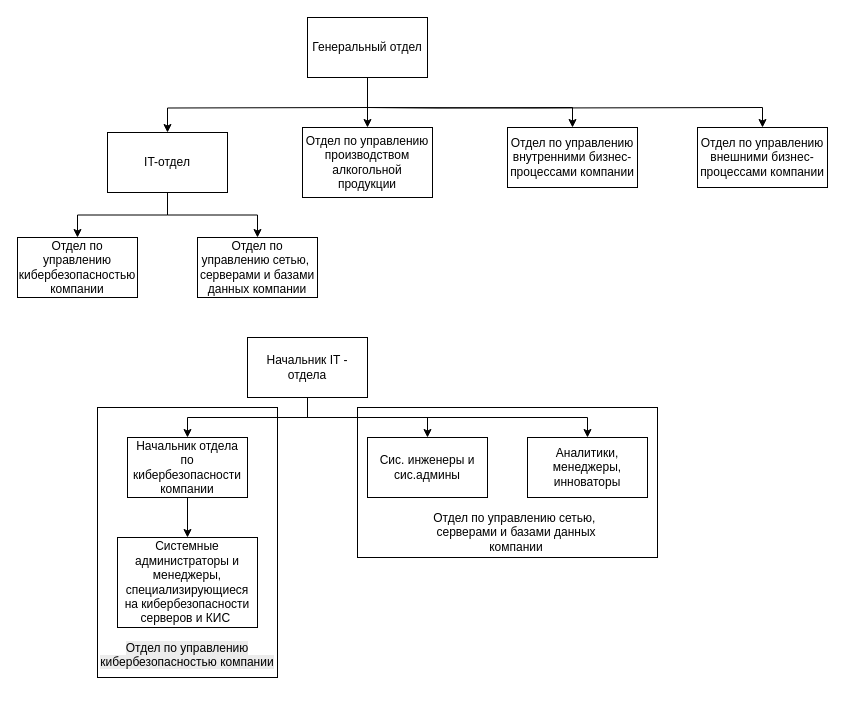
The draw.io diagram Орструктура предприятия/It отдел/КИС1.drawio in GuliGuli228/KIS, before the edit. Source tidied: cells renumbered, new cells numbered last; positions are measured from the earlier drawing's top-left corner, leaving out a move shared by most shapes. Both pictures are drawn from the tidied source at 100%, with x=0, y=0 at pixel (17, 17).
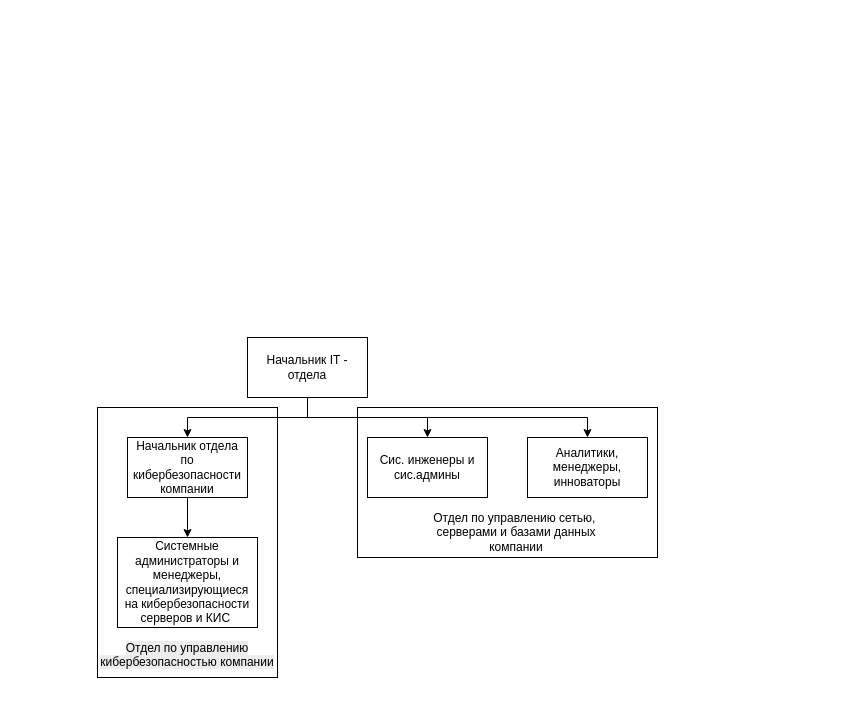
Above is the later version.

Diff of the diagram source:
```diff
@@
-    <mxCell id="2" style="edgeStyle=orthogonalEdgeStyle;rounded=0;jettySize=auto;html=1;entryX=0.5;entryY=0;entryDx=0;entryDy=0;" parent="1" edge="1" target="11">
-      <mxGeometry relative="1" as="geometry">
-        <mxPoint x="350" y="90" as="sourcePoint" />
-      </mxGeometry>
-    </mxCell>
-    <mxCell id="3" style="edgeStyle=orthogonalEdgeStyle;rounded=0;jettySize=auto;html=1;entryX=0.5;entryY=0;entryDx=0;entryDy=0;" parent="1" edge="1" source="6" target="7">
-      <mxGeometry relative="1" as="geometry" />
-    </mxCell>
-    <mxCell id="4" style="edgeStyle=orthogonalEdgeStyle;rounded=0;jettySize=auto;html=1;entryX=0.5;entryY=0;entryDx=0;entryDy=0;" parent="1" edge="1" target="8">
-      <mxGeometry relative="1" as="geometry">
-        <mxPoint x="350" y="90" as="sourcePoint" />
-      </mxGeometry>
-    </mxCell>
-    <mxCell id="5" style="edgeStyle=orthogonalEdgeStyle;rounded=0;jettySize=auto;html=1;entryX=0.5;entryY=0;entryDx=0;entryDy=0;" parent="1" edge="1" target="12">
-      <mxGeometry relative="1" as="geometry">
-        <mxPoint x="350" y="90" as="sourcePoint" />
-      </mxGeometry>
-    </mxCell>
-    <mxCell id="6" value="Генеральный отдел" style="rounded=0;whiteSpace=wrap;html=1;" parent="1" vertex="1">
-      <mxGeometry x="290" width="120" height="60" as="geometry" />
-    </mxCell>
-    <mxCell id="7" value="Отдел по управлению производством алкогольной продукции" style="rounded=0;whiteSpace=wrap;html=1;" parent="1" vertex="1">
-      <mxGeometry x="285" y="110" width="130" height="70" as="geometry" />
-    </mxCell>
-    <mxCell id="8" value="Отдел по управлению внутренними бизнес-процессами компании" style="rounded=0;whiteSpace=wrap;html=1;" parent="1" vertex="1">
-      <mxGeometry x="490" y="110" width="130" height="60" as="geometry" />
-    </mxCell>
-    <mxCell id="9" style="edgeStyle=orthogonalEdgeStyle;rounded=0;jettySize=auto;html=1;entryX=0.5;entryY=0;entryDx=0;entryDy=0;" parent="1" edge="1" source="11" target="14">
-      <mxGeometry relative="1" as="geometry" />
-    </mxCell>
-    <mxCell id="10" style="edgeStyle=orthogonalEdgeStyle;rounded=0;jettySize=auto;html=1;entryX=0.5;entryY=0;entryDx=0;entryDy=0;" parent="1" edge="1" source="11" target="13">
-      <mxGeometry relative="1" as="geometry" />
-    </mxCell>
-    <mxCell id="11" value="IT-отдел" style="rounded=0;whiteSpace=wrap;html=1;" parent="1" vertex="1">
-      <mxGeometry x="90" y="115" width="120" height="60" as="geometry" />
-    </mxCell>
-    <mxCell id="12" value="Отдел по управлению внешними бизнес-процессами компании" style="rounded=0;whiteSpace=wrap;html=1;" parent="1" vertex="1">
-      <mxGeometry x="680" y="110" width="130" height="60" as="geometry" />
-    </mxCell>
-    <mxCell id="13" value="Отдел по управлению кибербезопасностью компании" style="rounded=0;whiteSpace=wrap;html=1;" parent="1" vertex="1">
-      <mxGeometry y="220" width="120" height="60" as="geometry" />
-    </mxCell>
-    <mxCell id="14" value="Отдел по управлению сетью,&amp;nbsp; серверами и базами данных компании" style="rounded=0;whiteSpace=wrap;html=1;" parent="1" vertex="1">
-      <mxGeometry x="180" y="220" width="120" height="60" as="geometry" />
-    </mxCell>
```
